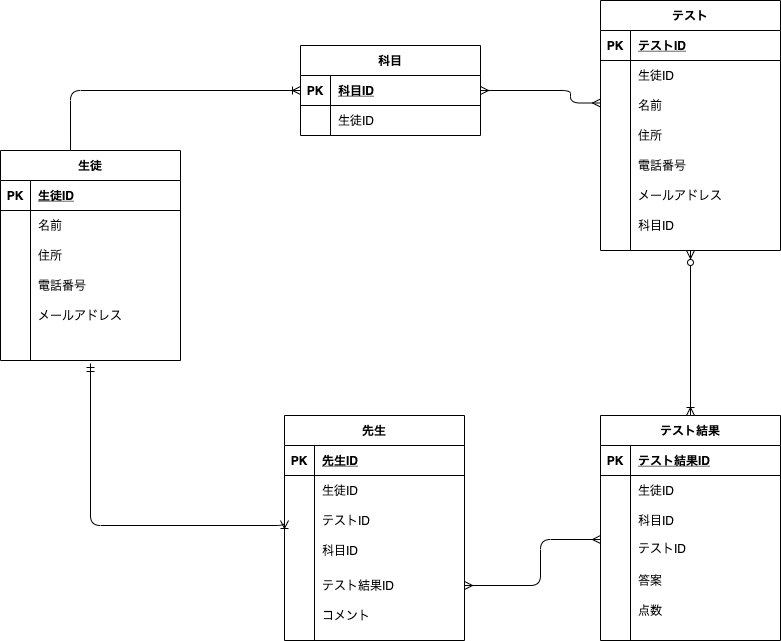
This is ERtest.drawio.png from Ufaa/DB20210802goto, a draw.io export, as it was before one commit. Source tidied: cells renumbered, new cells last; positions are measured from the earlier drawing's top-left corner, leaving out a move shared by most shapes.
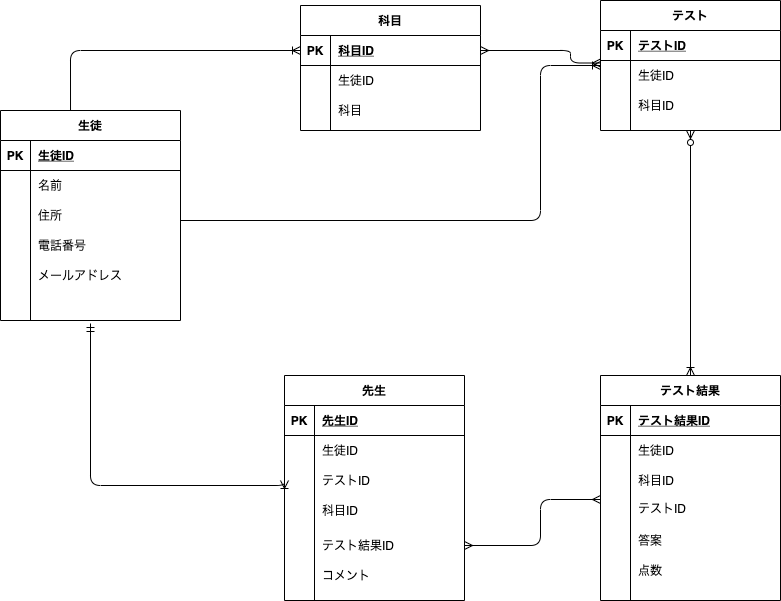
After the commit.

Change to the diagram source:
```diff
@@ -60,7 +60,7 @@
       <mxGeometry x="30" width="150" height="20" as="geometry" />
     </mxCell>
     <mxCell id="21" value="テスト" style="shape=table;startSize=30;rowLines=0;fontStyle=1;align=center;" parent="1" vertex="1">
-      <mxGeometry x="600" width="180" height="250" as="geometry" />
+      <mxGeometry x="600" y="40" width="180" height="130" as="geometry" />
     </mxCell>
     <mxCell id="22" style="shape=partialRectangle;fillColor=none;top=0;left=0;bottom=1;right=0;" parent="21" vertex="1">
       <mxGeometry y="30" width="180" height="30" as="geometry" />
@@ -80,44 +80,8 @@
     <mxCell id="27" value="生徒ID" style="shape=partialRectangle;fillColor=none;top=0;left=0;bottom=0;right=0;align=left;spacingLeft=6;overflow=hidden;" parent="25" vertex="1">
       <mxGeometry x="30" width="150" height="30" as="geometry" />
     </mxCell>
-    <mxCell id="28" style="shape=partialRectangle;fillColor=none;top=0;left=0;bottom=0;right=0;" parent="21" vertex="1">
-      <mxGeometry y="90" width="180" height="30" as="geometry" />
-    </mxCell>
-    <mxCell id="29" style="shape=partialRectangle;fillColor=none;top=0;left=0;bottom=0;right=0;overflow=hidden;" parent="28" vertex="1">
-      <mxGeometry width="30" height="30" as="geometry" />
-    </mxCell>
-    <mxCell id="30" value="名前" style="shape=partialRectangle;fillColor=none;top=0;left=0;bottom=0;right=0;align=left;spacingLeft=6;overflow=hidden;" parent="28" vertex="1">
-      <mxGeometry x="30" width="150" height="30" as="geometry" />
-    </mxCell>
-    <mxCell id="31" style="shape=partialRectangle;fillColor=none;top=0;left=0;bottom=0;right=0;" parent="21" vertex="1">
-      <mxGeometry y="120" width="180" height="30" as="geometry" />
-    </mxCell>
-    <mxCell id="32" style="shape=partialRectangle;fillColor=none;top=0;left=0;bottom=0;right=0;overflow=hidden;" parent="31" vertex="1">
-      <mxGeometry width="30" height="30" as="geometry" />
-    </mxCell>
-    <mxCell id="33" value="住所" style="shape=partialRectangle;fillColor=none;top=0;left=0;bottom=0;right=0;align=left;spacingLeft=6;overflow=hidden;" parent="31" vertex="1">
-      <mxGeometry x="30" width="150" height="30" as="geometry" />
-    </mxCell>
-    <mxCell id="34" style="shape=partialRectangle;fillColor=none;top=0;left=0;bottom=0;right=0;" parent="21" vertex="1">
-      <mxGeometry y="150" width="180" height="30" as="geometry" />
-    </mxCell>
-    <mxCell id="35" style="shape=partialRectangle;fillColor=none;top=0;left=0;bottom=0;right=0;overflow=hidden;" parent="34" vertex="1">
-      <mxGeometry width="30" height="30" as="geometry" />
-    </mxCell>
-    <mxCell id="36" value="電話番号" style="shape=partialRectangle;fillColor=none;top=0;left=0;bottom=0;right=0;align=left;spacingLeft=6;overflow=hidden;" parent="34" vertex="1">
-      <mxGeometry x="30" width="150" height="30" as="geometry" />
-    </mxCell>
-    <mxCell id="37" style="shape=partialRectangle;fillColor=none;top=0;left=0;bottom=0;right=0;" parent="21" vertex="1">
-      <mxGeometry y="180" width="180" height="30" as="geometry" />
-    </mxCell>
-    <mxCell id="38" style="shape=partialRectangle;fillColor=none;top=0;left=0;bottom=0;right=0;overflow=hidden;" parent="37" vertex="1">
-      <mxGeometry width="30" height="30" as="geometry" />
-    </mxCell>
-    <mxCell id="39" value="メールアドレス" style="shape=partialRectangle;fillColor=none;top=0;left=0;bottom=0;right=0;align=left;spacingLeft=6;overflow=hidden;" parent="37" vertex="1">
-      <mxGeometry x="30" width="150" height="30" as="geometry" />
-    </mxCell>
     <mxCell id="40" style="shape=partialRectangle;fillColor=none;top=0;left=0;bottom=0;right=0;" parent="21" vertex="1">
-      <mxGeometry y="210" width="180" height="30" as="geometry" />
+      <mxGeometry y="90" width="180" height="30" as="geometry" />
     </mxCell>
     <mxCell id="41" style="shape=partialRectangle;fillColor=none;top=0;left=0;bottom=0;right=0;overflow=hidden;" parent="40" vertex="1">
       <mxGeometry width="30" height="30" as="geometry" />
@@ -258,7 +222,7 @@
       </mxGeometry>
     </mxCell>
     <mxCell id="84" value="科目" style="shape=table;startSize=30;rowLines=0;fontStyle=1;align=center;" parent="1" vertex="1">
-      <mxGeometry x="300" y="45" width="180" height="90" as="geometry" />
+      <mxGeometry x="300" y="45" width="180" height="125" as="geometry" />
     </mxCell>
     <mxCell id="85" style="shape=partialRectangle;fillColor=none;top=0;left=0;bottom=1;right=0;points=[[0,0.5],[1,0.5]];portConstraint=eastwest;" parent="84" vertex="1">
       <mxGeometry y="30" width="180" height="30" as="geometry" />
@@ -278,6 +242,15 @@
     <mxCell id="90" value="生徒ID" style="shape=partialRectangle;fillColor=none;top=0;left=0;bottom=0;right=0;align=left;spacingLeft=6;overflow=hidden;" parent="88" vertex="1">
       <mxGeometry x="30" width="150" height="30" as="geometry" />
     </mxCell>
+    <mxCell id="28" style="shape=partialRectangle;fillColor=none;top=0;left=0;bottom=0;right=0;" parent="84" vertex="1">
+      <mxGeometry y="90" width="180" height="30" as="geometry" />
+    </mxCell>
+    <mxCell id="93" style="shape=partialRectangle;fillColor=none;top=0;left=0;bottom=0;right=0;overflow=hidden;" parent="28" vertex="1">
+      <mxGeometry width="30" height="30" as="geometry" />
+    </mxCell>
+    <mxCell id="94" value="科目" style="shape=partialRectangle;fillColor=none;top=0;left=0;bottom=0;right=0;align=left;spacingLeft=6;overflow=hidden;" parent="28" vertex="1">
+      <mxGeometry x="30" width="150" height="30" as="geometry" />
+    </mxCell>
     <mxCell id="91" style="fontSize=12;html=1;endArrow=ERmany;startArrow=ERmany;fontColor=#FFFFFF;exitX=0;exitY=0.5;exitDx=0;exitDy=0;edgeStyle=orthogonalEdgeStyle;entryX=1;entryY=0.5;entryDx=0;entryDy=0;" parent="1" edge="1" target="85">
       <mxGeometry relative="1" as="geometry">
         <mxPoint x="600" y="102.5" as="sourcePoint" />
@@ -290,5 +263,15 @@
     <mxCell id="92" style="edgeStyle=orthogonalEdgeStyle;fontSize=12;html=1;endArrow=ERoneToMany;exitX=0.389;exitY=0;exitDx=0;exitDy=0;exitPerimeter=0;entryX=0;entryY=0.5;entryDx=0;entryDy=0;" parent="1" edge="1" source="43" target="85">
       <mxGeometry relative="1" as="geometry" />
     </mxCell>
+    <mxCell id="95" style="edgeStyle=orthogonalEdgeStyle;fontSize=12;html=1;endArrow=ERoneToMany;exitX=0.389;exitY=0;exitDx=0;exitDy=0;exitPerimeter=0;entryX=0;entryY=0.5;entryDx=0;entryDy=0;" parent="1" edge="1">
+      <mxGeometry relative="1" as="geometry">
+        <mxPoint x="180" y="260" as="sourcePoint" />
+        <mxPoint x="600" y="105" as="targetPoint" />
+        <Array as="points">
+          <mxPoint x="540" y="260" />
+          <mxPoint x="540" y="105" />
+        </Array>
+      </mxGeometry>
+    </mxCell>
   </root>
 </mxGraphModel>
```
